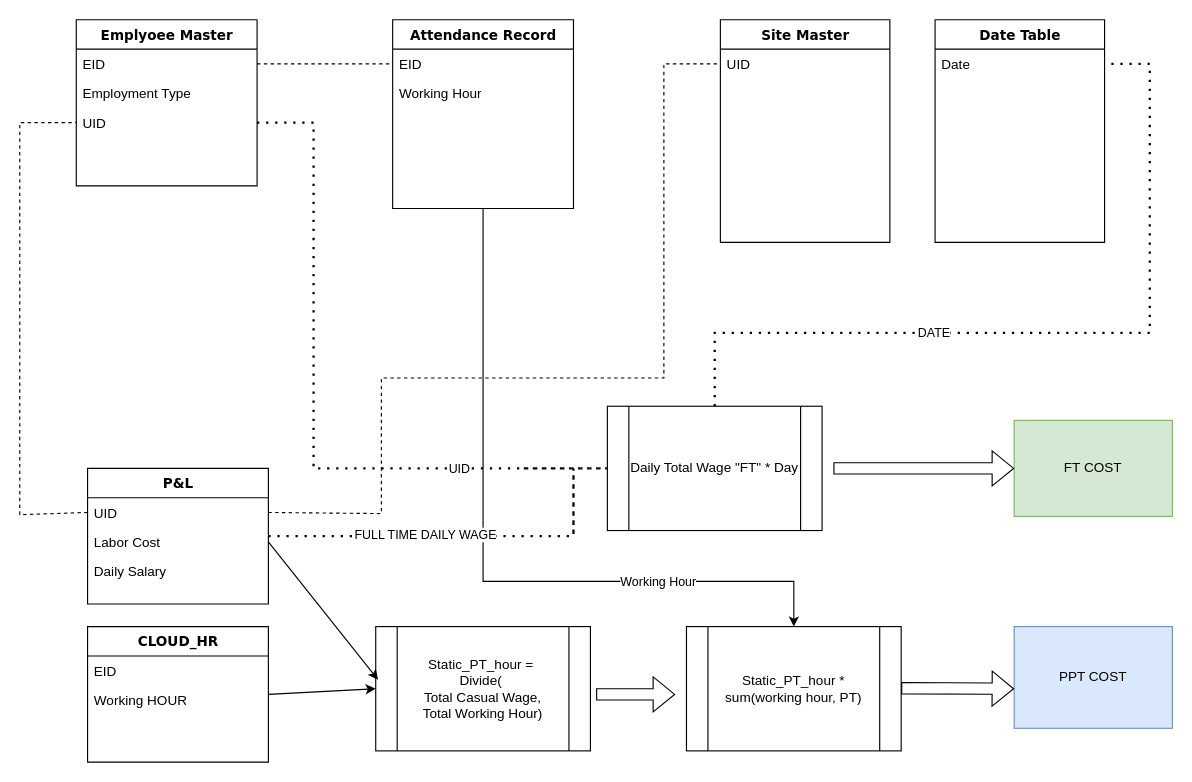
Earlier version of the draw.io diagram Untitled Diagram.drawio (lolanto-ds/littletoolpg). Source tidied: cells renumbered, new cells numbered last; positions are measured from the earlier drawing's top-left corner, leaving out a move shared by most shapes. Both pictures are drawn from the tidied source at 113%, with x=0, y=0 at pixel (19, 19).
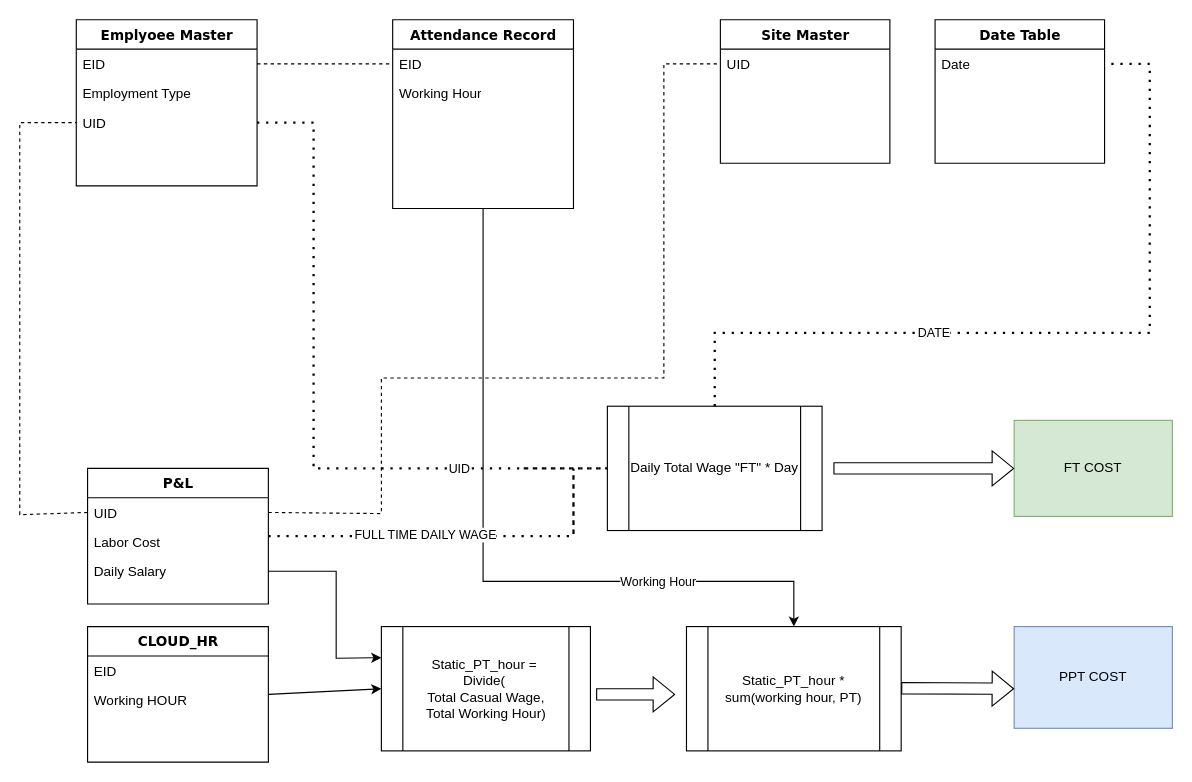
After the change.

Unchanged cells that the change refers to:
```xml
<mxCell id="13" value="Labor Cost" style="text;html=1;strokeColor=none;fillColor=none;align=left;verticalAlign=top;spacingLeft=4;spacingRight=4;whiteSpace=wrap;overflow=hidden;points=[[0,0.5],[1,0.5]];portConstraint=eastwest;" parent="11" vertex="1">
  <mxGeometry y="52" width="160" height="26" as="geometry" />
</mxCell>
<mxCell id="14" value="Daily Salary" style="text;html=1;strokeColor=none;fillColor=none;align=left;verticalAlign=top;spacingLeft=4;spacingRight=4;whiteSpace=wrap;overflow=hidden;points=[[0,0.5],[1,0.5]];portConstraint=eastwest;" parent="11" vertex="1">
  <mxGeometry y="78" width="160" height="26" as="geometry" />
</mxCell>
```

The edit, as a diff of the source:
```diff
@@
     <mxCell id="9" value="Site Master" style="swimlane;html=1;fontStyle=1;align=center;verticalAlign=top;horizontal=1;startSize=26;swimlaneFillColor=#ffffff;rounded=0;shadow=0;comic=0;labelBackgroundColor=none;strokeWidth=1;fillColor=none;fontFamily=Verdana;fontSize=12;" parent="1" vertex="1">
-      <mxGeometry x="620" width="150" height="197" as="geometry" />
+      <mxGeometry x="620" width="150" height="127" as="geometry" />
     </mxCell>
@@
     <mxCell id="21" value="Date Table" style="swimlane;html=1;fontStyle=1;align=center;verticalAlign=top;horizontal=1;startSize=26;swimlaneFillColor=#ffffff;rounded=0;shadow=0;comic=0;labelBackgroundColor=none;strokeWidth=1;fillColor=none;fontFamily=Verdana;fontSize=12;" parent="1" vertex="1">
-      <mxGeometry x="810" width="150" height="197" as="geometry" />
+      <mxGeometry x="810" width="150" height="127" as="geometry" />
     </mxCell>
@@
     <mxCell id="35" value="Static_PT_hour =&amp;nbsp;&lt;div&gt;Divide(&amp;nbsp;&lt;div&gt;Total Casual Wage,&lt;/div&gt;&lt;div&gt;Total Working Hour)&lt;/div&gt;&lt;/div&gt;" style="shape=process;whiteSpace=wrap;html=1;backgroundOutline=1;" parent="1" vertex="1">
-      <mxGeometry x="315" y="537" width="190" height="110" as="geometry" />
+      <mxGeometry x="320" y="537" width="185" height="110" as="geometry" />
     </mxCell>
@@
-    <mxCell id="37" style="endArrow=classic;html=1;rounded=0;entryX=0.011;entryY=0.427;entryDx=0;entryDy=0;entryPerimeter=0;exitX=1;exitY=0.5;exitDx=0;exitDy=0;" parent="1" edge="1" source="13" target="35">
-      <mxGeometry relative="1" as="geometry" />
+    <mxCell id="37" style="endArrow=classic;html=1;rounded=0;entryX=0;entryY=0.25;entryDx=0;entryDy=0;exitX=1;exitY=0.5;exitDx=0;exitDy=0;" parent="1" edge="1" source="14" target="35">
+      <mxGeometry relative="1" as="geometry">
+        <Array as="points">
+          <mxPoint x="280" y="488" />
+          <mxPoint x="280" y="565" />
+        </Array>
+      </mxGeometry>
     </mxCell>
```
